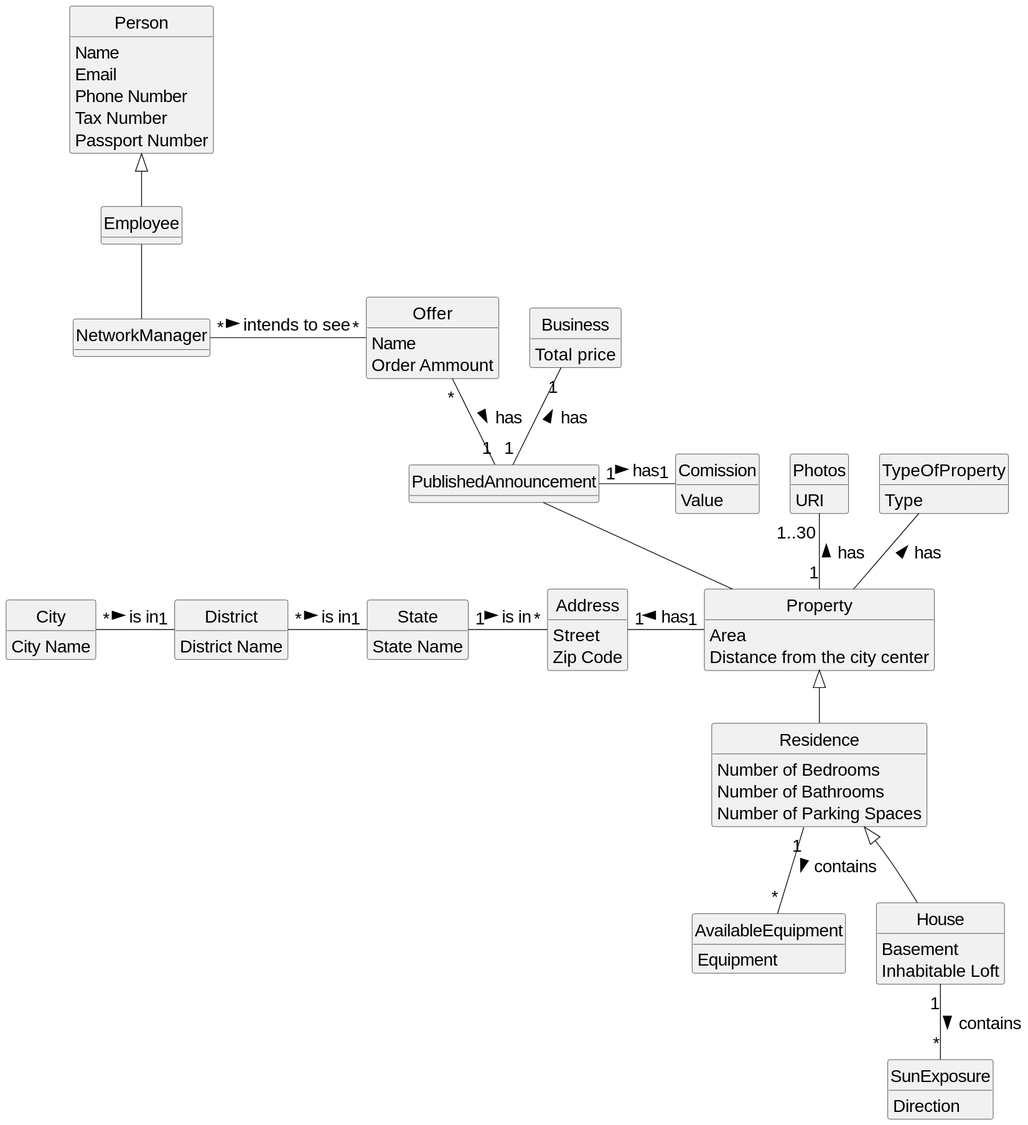
Above: docs/sprintD/US017/02.analysis/svg/us17-domain-model.svg in PureNimble/ISEP-LAPR2 (PlantUML), before the change.
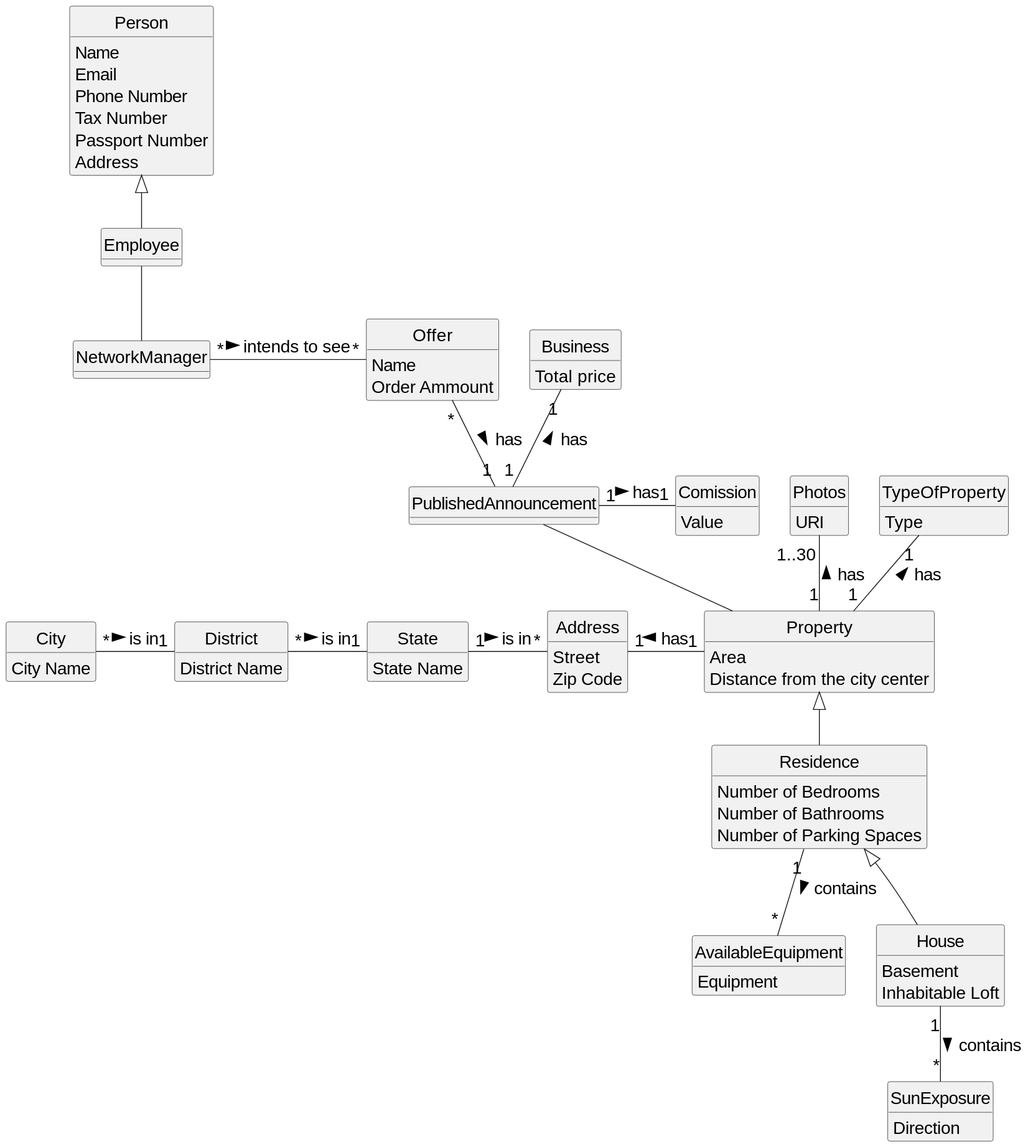
After the change.

Change to the diagram source:
```diff
@@ -20,6 +20,7 @@
 Phone Number
 Tax Number
 Passport Number
+Address
 }
 
 class NetworkManager{
@@ -103,7 +104,7 @@
 NetworkManager "*" - "*" Offer: intends to see >
 Offer "*" -- "1" PublishedAnnouncement: has >
 PublishedAnnouncement -- Property
-TypeOfProperty -- Property : has <
+TypeOfProperty "1"-- "1" Property : has <
 Property <|-- Residence
 Photos "1..30" -- "1" Property : has <
 Residence <|-- House
```
